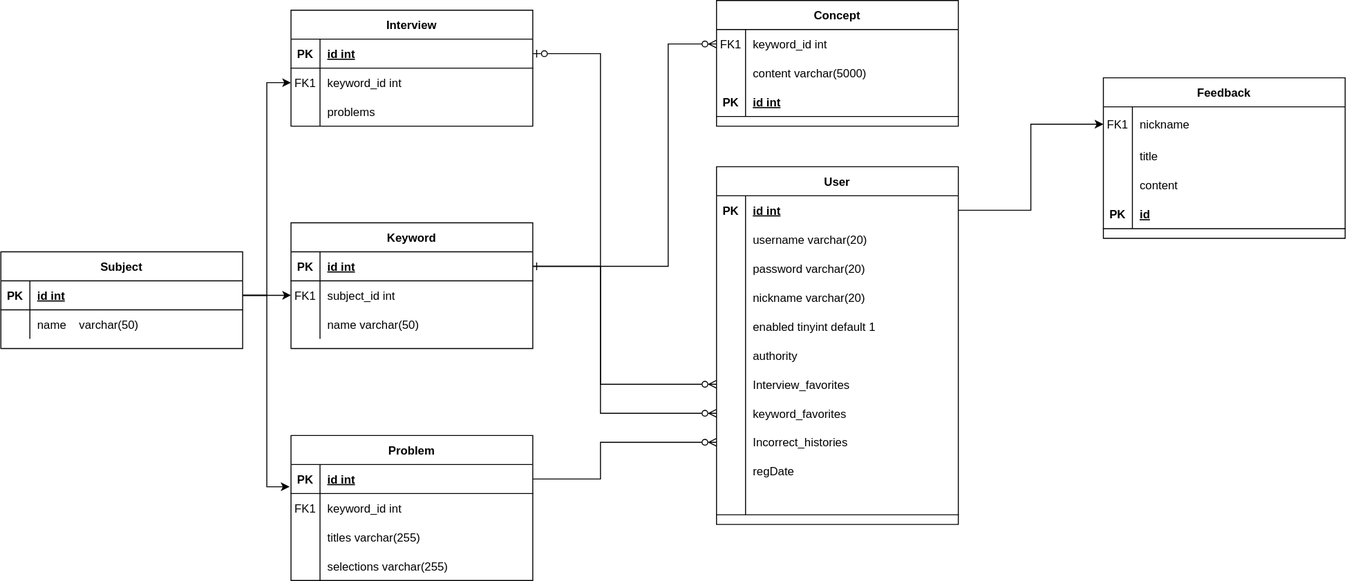
jgm0327/ThinkIT- keeps this draw.io diagram as src/document/thinkit_ERD.svg. Above is the earlier version. Source tidied: cells renumbered, new cells last; positions are measured from the earlier drawing's top-left corner, leaving out a move shared by most shapes.
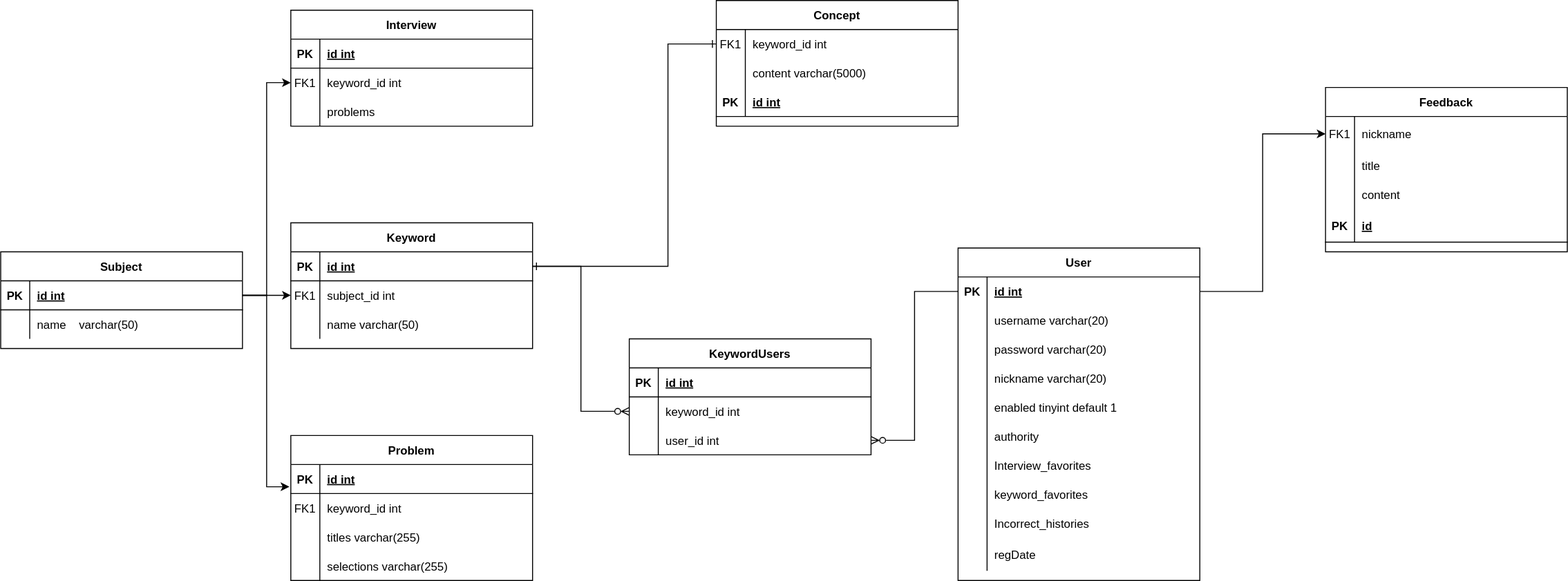
After the change.

The edit, as a diff of the source:
```diff
@@ -155,7 +155,7 @@
     <mxCell id="52" style="edgeStyle=orthogonalEdgeStyle;rounded=0;jettySize=auto;html=1;exitX=1;exitY=0.5;exitDx=0;exitDy=0;entryX=0;entryY=0.5;entryDx=0;entryDy=0;" parent="1" edge="1" source="26" target="6">
       <mxGeometry relative="1" as="geometry" />
     </mxCell>
-    <mxCell id="53" style="edgeStyle=orthogonalEdgeStyle;rounded=0;jettySize=auto;html=1;entryX=0;entryY=0.5;entryDx=0;entryDy=0;endArrow=ERzeroToMany;endFill=0;startArrow=ERone;startFill=0;" parent="1" edge="1" source="3" target="33">
+    <mxCell id="53" style="edgeStyle=orthogonalEdgeStyle;rounded=0;jettySize=auto;html=1;entryX=0;entryY=0.5;entryDx=0;entryDy=0;endArrow=ERone;endFill=0;startArrow=ERone;startFill=0;" parent="1" edge="1" source="3" target="33">
       <mxGeometry relative="1" as="geometry">
         <Array as="points">
           <mxPoint x="690" y="275" />
@@ -170,7 +170,7 @@
       <mxGeometry relative="1" as="geometry" />
     </mxCell>
     <mxCell id="56" value="User" style="shape=table;startSize=30;rowLines=0;fontStyle=1;align=center;" parent="1" vertex="1">
-      <mxGeometry x="740" y="172" width="250" height="370" as="geometry" />
+      <mxGeometry x="990" y="256" width="250" height="344" as="geometry" />
     </mxCell>
     <mxCell id="57" style="shape=partialRectangle;fillColor=none;points=[[0,0.5],[1,0.5]];portConstraint=eastwest;top=0;left=0;right=0;bottom=0;" parent="56" vertex="1">
       <mxGeometry y="30" width="250" height="30" as="geometry" />
@@ -254,41 +254,16 @@
       <mxGeometry x="30" width="220" height="30" as="geometry" />
     </mxCell>
     <mxCell id="84" style="shape=partialRectangle;fillColor=none;top=0;left=0;right=0;bottom=0;" parent="56" vertex="1">
-      <mxGeometry y="300" width="250" height="30" as="geometry" />
+      <mxGeometry y="300" width="250" height="34" as="geometry" />
     </mxCell>
     <mxCell id="85" style="shape=partialRectangle;overflow=hidden;fillColor=none;top=0;left=0;bottom=0;right=0;" parent="84" vertex="1">
-      <mxGeometry width="30" height="30" as="geometry" />
+      <mxGeometry width="30" height="34" as="geometry" />
     </mxCell>
     <mxCell id="86" value="regDate" style="shape=partialRectangle;overflow=hidden;fillColor=none;top=0;left=0;bottom=0;right=0;align=left;spacingLeft=6;" parent="84" vertex="1">
-      <mxGeometry x="30" width="220" height="30" as="geometry" />
+      <mxGeometry x="30" width="220" height="34" as="geometry" />
     </mxCell>
-    <mxCell id="87" style="shape=partialRectangle;fillColor=none;top=0;left=0;right=0;bottom=1;" parent="56" vertex="1">
-      <mxGeometry y="330" width="250" height="30" as="geometry" />
-    </mxCell>
-    <mxCell id="88" style="shape=partialRectangle;overflow=hidden;fillColor=none;top=0;left=0;bottom=0;right=0;fontStyle=1;" parent="87" vertex="1">
-      <mxGeometry width="30" height="30" as="geometry" />
-    </mxCell>
-    <mxCell id="89" style="shape=partialRectangle;overflow=hidden;fillColor=none;top=0;left=0;bottom=0;right=0;align=left;spacingLeft=6;fontStyle=5;" parent="87" vertex="1">
-      <mxGeometry x="30" width="220" height="30" as="geometry" />
-    </mxCell>
-    <mxCell id="90" style="edgeStyle=orthogonalEdgeStyle;rounded=0;jettySize=auto;html=1;entryX=0;entryY=0.5;entryDx=0;entryDy=0;endArrow=ERzeroToMany;endFill=0;" parent="1" edge="1" source="13" target="81">
-      <mxGeometry relative="1" as="geometry">
-        <Array as="points">
-          <mxPoint x="620" y="495" />
-          <mxPoint x="620" y="457" />
-        </Array>
-      </mxGeometry>
-    </mxCell>
-    <mxCell id="91" style="edgeStyle=orthogonalEdgeStyle;rounded=0;jettySize=auto;html=1;entryX=0;entryY=0.5;entryDx=0;entryDy=0;endArrow=ERzeroToMany;endFill=0;" parent="1" edge="1" source="3" target="78">
-      <mxGeometry relative="1" as="geometry">
-        <Array as="points">
-          <mxPoint x="620" y="275" />
-          <mxPoint x="620" y="427" />
-        </Array>
-      </mxGeometry>
-    </mxCell>
     <mxCell id="92" value="Feedback" style="shape=table;startSize=30;rowLines=0;fontStyle=1;align=center;" parent="1" vertex="1">
-      <mxGeometry x="1140" y="80" width="250" height="166" as="geometry" />
+      <mxGeometry x="1370" y="90" width="250" height="170" as="geometry" />
     </mxCell>
     <mxCell id="93" style="shape=partialRectangle;fillColor=none;points=[[0,0.5],[1,0.5]];portConstraint=eastwest;top=0;left=0;right=0;bottom=0;" parent="92" vertex="1">
       <mxGeometry y="30" width="250" height="36" as="geometry" />
@@ -318,24 +293,52 @@
       <mxGeometry x="30" width="220" height="30" as="geometry" />
     </mxCell>
     <mxCell id="102" style="shape=partialRectangle;fillColor=none;top=0;left=0;right=0;bottom=1;" parent="92" vertex="1">
-      <mxGeometry y="126" width="250" height="30" as="geometry" />
+      <mxGeometry y="126" width="250" height="34" as="geometry" />
     </mxCell>
     <mxCell id="103" value="PK" style="shape=partialRectangle;overflow=hidden;fillColor=none;top=0;left=0;bottom=0;right=0;fontStyle=1;" parent="102" vertex="1">
-      <mxGeometry width="30" height="30" as="geometry" />
+      <mxGeometry width="30" height="34" as="geometry" />
     </mxCell>
     <mxCell id="104" value="id" style="shape=partialRectangle;overflow=hidden;fillColor=none;top=0;left=0;bottom=0;right=0;align=left;spacingLeft=6;fontStyle=5;" parent="102" vertex="1">
-      <mxGeometry x="30" width="220" height="30" as="geometry" />
+      <mxGeometry x="30" width="220" height="34" as="geometry" />
     </mxCell>
     <mxCell id="105" style="edgeStyle=orthogonalEdgeStyle;rounded=0;jettySize=auto;html=1;entryX=0;entryY=0.5;entryDx=0;entryDy=0;" parent="1" edge="1" source="57" target="93">
       <mxGeometry relative="1" as="geometry" />
     </mxCell>
-    <mxCell id="106" style="edgeStyle=orthogonalEdgeStyle;rounded=0;jettySize=auto;html=1;entryX=0;entryY=0.5;entryDx=0;entryDy=0;startArrow=ERzeroToOne;startFill=0;endArrow=ERzeroToMany;endFill=0;" parent="1" edge="1" source="43" target="75">
-      <mxGeometry relative="1" as="geometry">
-        <Array as="points">
-          <mxPoint x="620" y="55" />
-          <mxPoint x="620" y="397" />
-        </Array>
-      </mxGeometry>
-    </mxCell>
+    <mxCell id="107" value="KeywordUsers" style="shape=table;startSize=30;rowLines=0;fontStyle=1;align=center;" parent="1" vertex="1">
+      <mxGeometry x="650" y="350" width="250" height="120" as="geometry" />
+    </mxCell>
+    <mxCell id="108" style="shape=partialRectangle;fillColor=none;top=0;left=0;right=0;bottom=1;" parent="107" vertex="1">
+      <mxGeometry y="30" width="250" height="30" as="geometry" />
+    </mxCell>
+    <mxCell id="109" value="PK" style="shape=partialRectangle;overflow=hidden;fillColor=none;top=0;left=0;bottom=0;right=0;fontStyle=1;" parent="108" vertex="1">
+      <mxGeometry width="30" height="30" as="geometry" />
+    </mxCell>
+    <mxCell id="110" value="id int" style="shape=partialRectangle;overflow=hidden;fillColor=none;top=0;left=0;bottom=0;right=0;align=left;spacingLeft=6;fontStyle=5;" parent="108" vertex="1">
+      <mxGeometry x="30" width="220" height="30" as="geometry" />
+    </mxCell>
+    <mxCell id="111" style="shape=partialRectangle;fillColor=none;points=[[0,0.5],[1,0.5]];portConstraint=eastwest;top=0;left=0;right=0;bottom=0;" parent="107" vertex="1">
+      <mxGeometry y="60" width="250" height="30" as="geometry" />
+    </mxCell>
+    <mxCell id="112" style="shape=partialRectangle;overflow=hidden;fillColor=none;top=0;left=0;bottom=0;right=0;" parent="111" vertex="1">
+      <mxGeometry width="30" height="30" as="geometry" />
+    </mxCell>
+    <mxCell id="113" value="keyword_id int" style="shape=partialRectangle;overflow=hidden;fillColor=none;top=0;left=0;bottom=0;right=0;align=left;spacingLeft=6;" parent="111" vertex="1">
+      <mxGeometry x="30" width="220" height="30" as="geometry" />
+    </mxCell>
+    <mxCell id="114" style="shape=partialRectangle;fillColor=none;points=[[0,0.5],[1,0.5]];portConstraint=eastwest;top=0;left=0;right=0;bottom=0;" parent="107" vertex="1">
+      <mxGeometry y="90" width="250" height="30" as="geometry" />
+    </mxCell>
+    <mxCell id="115" style="shape=partialRectangle;overflow=hidden;fillColor=none;top=0;left=0;bottom=0;right=0;" parent="114" vertex="1">
+      <mxGeometry width="30" height="30" as="geometry" />
+    </mxCell>
+    <mxCell id="116" value="user_id int" style="shape=partialRectangle;overflow=hidden;fillColor=none;top=0;left=0;bottom=0;right=0;align=left;spacingLeft=6;" parent="114" vertex="1">
+      <mxGeometry x="30" width="220" height="30" as="geometry" />
+    </mxCell>
+    <mxCell id="117" style="edgeStyle=orthogonalEdgeStyle;rounded=0;jettySize=auto;html=1;entryX=1;entryY=0.5;entryDx=0;entryDy=0;endArrow=ERzeroToMany;endFill=0;" parent="1" edge="1" source="57" target="114">
+      <mxGeometry relative="1" as="geometry" />
+    </mxCell>
+    <mxCell id="118" style="edgeStyle=orthogonalEdgeStyle;rounded=0;jettySize=auto;html=1;exitX=1;exitY=0.5;exitDx=0;exitDy=0;entryX=0;entryY=0.5;entryDx=0;entryDy=0;endArrow=ERzeroToMany;endFill=0;" parent="1" edge="1" source="3" target="111">
+      <mxGeometry relative="1" as="geometry" />
+    </mxCell>
   </root>
 </mxGraphModel>
```
